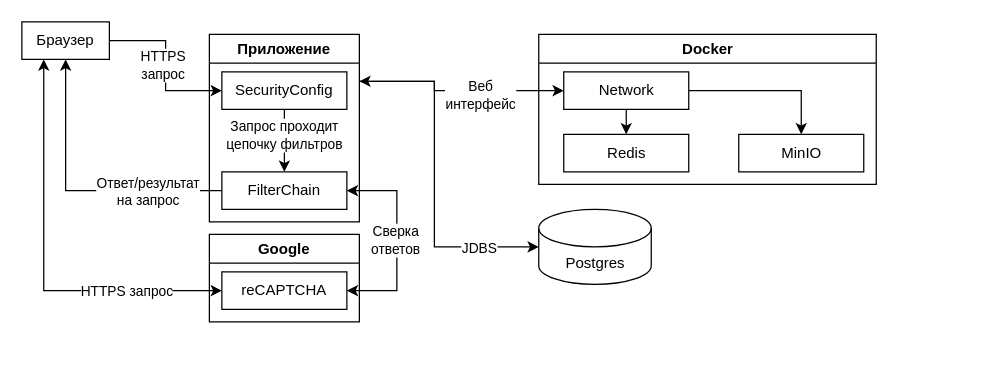
Before: page "Абстрактные компоненты" (1 of 12) of Схема компонентов.drawio in IlyaSannikow/e-catalog.ru, a draw.io diagram. Source tidied: cells renumbered, new cells numbered last; positions are measured from the earlier drawing's top-left corner, leaving out a move shared by most shapes. Both pictures are drawn from the tidied source at 125%, with x=0, y=0 at pixel (21, 21).
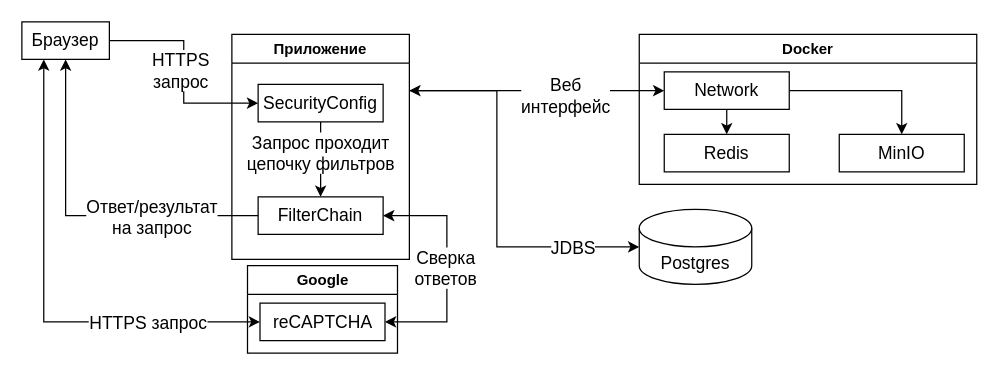
The same page after the edit.

Unchanged cells that the change refers to:
```xml
<mxCell id="2" style="edgeStyle=orthogonalEdgeStyle;rounded=0;jettySize=auto;html=1;exitX=1;exitY=0.5;exitDx=0;exitDy=0;entryX=0;entryY=0.5;entryDx=0;entryDy=0;" parent="1" edge="1" source="6" target="14">
  <mxGeometry relative="1" as="geometry" />
</mxCell>
<mxCell id="4" style="edgeStyle=orthogonalEdgeStyle;rounded=0;jettySize=auto;html=1;exitX=0.25;exitY=1;exitDx=0;exitDy=0;entryX=0;entryY=0.5;entryDx=0;entryDy=0;startArrow=classic;startFill=1;" parent="1" edge="1" source="6" target="28">
  <mxGeometry relative="1" as="geometry" />
</mxCell>
<mxCell id="12" style="edgeStyle=orthogonalEdgeStyle;rounded=0;jettySize=auto;html=1;exitX=0.5;exitY=1;exitDx=0;exitDy=0;entryX=0.5;entryY=0;entryDx=0;entryDy=0;" parent="11" edge="1" source="14" target="15">
  <mxGeometry relative="1" as="geometry" />
</mxCell>
<mxCell id="16" style="edgeStyle=orthogonalEdgeStyle;rounded=0;jettySize=auto;html=1;exitX=0;exitY=0.5;exitDx=0;exitDy=0;entryX=0.5;entryY=1;entryDx=0;entryDy=0;" parent="1" edge="1" source="15" target="6">
  <mxGeometry relative="1" as="geometry" />
</mxCell>
```

The edit, as a diff of the source:
```diff
@@
-    <mxCell id="3" value="HTTPS&lt;div&gt;запрос&lt;/div&gt;" style="edgeLabel;html=1;align=center;verticalAlign=middle;" parent="2" vertex="1">
+    <mxCell id="3" value="&lt;font style=&quot;font-size: 14px;&quot;&gt;HTTPS&lt;/font&gt;&lt;div&gt;&lt;font style=&quot;font-size: 14px;&quot;&gt;запрос&lt;/font&gt;&lt;/div&gt;" style="edgeLabel;html=1;align=center;verticalAlign=middle;" parent="2" vertex="1">
       <mxGeometry x="-0.04" y="-3" relative="1" as="geometry">
         <mxPoint y="2" as="offset" />
       </mxGeometry>
     </mxCell>
@@
-    <mxCell id="5" value="HTTPS запрос" style="edgeLabel;html=1;align=center;verticalAlign=middle;" parent="4" vertex="1">
+    <mxCell id="5" value="&lt;font style=&quot;font-size: 14px;&quot;&gt;HTTPS запрос&lt;/font&gt;" style="edgeLabel;html=1;align=center;verticalAlign=middle;" parent="4" vertex="1">
       <mxGeometry x="0.53" relative="1" as="geometry" />
     </mxCell>
-    <mxCell id="6" value="Браузер" style="rounded=0;whiteSpace=wrap;html=1;" parent="1" vertex="1">
+    <mxCell id="6" value="&lt;font style=&quot;font-size: 14px;&quot;&gt;Браузер&lt;/font&gt;" style="rounded=0;whiteSpace=wrap;html=1;" parent="1" vertex="1">
       <mxGeometry width="70" height="30" as="geometry" />
     </mxCell>
     <mxCell id="7" style="edgeStyle=orthogonalEdgeStyle;rounded=0;jettySize=auto;html=1;exitX=1;exitY=0.25;exitDx=0;exitDy=0;entryX=0;entryY=0.5;entryDx=0;entryDy=0;" parent="1" edge="1" source="11" target="21">
       <mxGeometry relative="1" as="geometry">
         <Array as="points">
-          <mxPoint x="330" y="48" />
-          <mxPoint x="330" y="55" />
+          <mxPoint x="350" y="55" />
+          <mxPoint x="350" y="55" />
         </Array>
       </mxGeometry>
     </mxCell>
-    <mxCell id="8" value="Веб&lt;div&gt;интерфейс&lt;/div&gt;" style="edgeLabel;html=1;align=center;verticalAlign=middle;" parent="7" vertex="1">
+    <mxCell id="8" value="&lt;font style=&quot;font-size: 14px;&quot;&gt;Веб&lt;/font&gt;&lt;div&gt;&lt;font style=&quot;font-size: 14px;&quot;&gt;интерфейс&lt;/font&gt;&lt;/div&gt;" style="edgeLabel;html=1;align=center;verticalAlign=middle;" parent="7" vertex="1">
       <mxGeometry x="0.22" y="-3" relative="1" as="geometry" />
     </mxCell>
     <mxCell id="9" style="edgeStyle=orthogonalEdgeStyle;rounded=0;jettySize=auto;html=1;exitX=1;exitY=0.5;exitDx=0;exitDy=0;entryX=1;entryY=0.5;entryDx=0;entryDy=0;startArrow=classic;startFill=1;" parent="1" edge="1" source="15" target="28">
       <mxGeometry relative="1" as="geometry">
         <Array as="points">
-          <mxPoint x="300" y="135" />
-          <mxPoint x="300" y="215" />
+          <mxPoint x="340" y="155" />
+          <mxPoint x="340" y="240" />
         </Array>
       </mxGeometry>
     </mxCell>
-    <mxCell id="10" value="Сверка&lt;div&gt;ответов&lt;/div&gt;" style="edgeLabel;html=1;align=center;verticalAlign=middle;" parent="9" vertex="1">
+    <mxCell id="10" value="&lt;font style=&quot;font-size: 14px;&quot;&gt;Сверка&lt;/font&gt;&lt;div&gt;&lt;font style=&quot;font-size: 14px;&quot;&gt;ответов&lt;/font&gt;&lt;/div&gt;" style="edgeLabel;html=1;align=center;verticalAlign=middle;" parent="9" vertex="1">
       <mxGeometry x="-0.01" y="-2" relative="1" as="geometry" />
     </mxCell>
     <mxCell id="11" value="Приложение" style="swimlane;whiteSpace=wrap;html=1;startSize=23;" parent="1" vertex="1">
-      <mxGeometry x="150" y="10" width="120" height="150" as="geometry" />
+      <mxGeometry x="168" y="10" width="142" height="180" as="geometry" />
     </mxCell>
@@
-    <mxCell id="13" value="Запрос проходит&lt;div&gt;цепочку фильтров&lt;/div&gt;" style="edgeLabel;html=1;align=center;verticalAlign=middle;" parent="12" vertex="1">
+    <mxCell id="13" value="&lt;font style=&quot;font-size: 14px;&quot;&gt;Запрос проходит&lt;/font&gt;&lt;div&gt;&lt;font style=&quot;font-size: 14px;&quot;&gt;цепочку фильтров&lt;/font&gt;&lt;/div&gt;" style="edgeLabel;html=1;align=center;verticalAlign=middle;" parent="12" vertex="1">
       <mxGeometry x="-0.19" y="-1" relative="1" as="geometry" />
     </mxCell>
-    <mxCell id="14" value="SecurityConfig" style="rounded=0;whiteSpace=wrap;html=1;" parent="11" vertex="1">
-      <mxGeometry x="10" y="30" width="100" height="30" as="geometry" />
+    <mxCell id="14" value="&lt;font style=&quot;font-size: 14px;&quot;&gt;SecurityConfig&lt;/font&gt;" style="rounded=0;whiteSpace=wrap;html=1;" parent="11" vertex="1">
+      <mxGeometry x="21" y="40" width="100" height="30" as="geometry" />
     </mxCell>
-    <mxCell id="15" value="FilterChain" style="rounded=0;whiteSpace=wrap;html=1;" parent="11" vertex="1">
-      <mxGeometry x="10" y="110" width="100" height="30" as="geometry" />
+    <mxCell id="15" value="&lt;font style=&quot;font-size: 14px;&quot;&gt;FilterChain&lt;/font&gt;" style="rounded=0;whiteSpace=wrap;html=1;" parent="11" vertex="1">
+      <mxGeometry x="21" y="130" width="100" height="30" as="geometry" />
     </mxCell>
@@
-    <mxCell id="17" value="Ответ/результат&lt;div&gt;на запрос&lt;/div&gt;" style="edgeLabel;html=1;align=center;verticalAlign=middle;" parent="16" vertex="1">
+    <mxCell id="17" value="&lt;font style=&quot;font-size: 14px;&quot;&gt;Ответ/результат&lt;/font&gt;&lt;div&gt;&lt;font style=&quot;font-size: 14px;&quot;&gt;на запрос&lt;/font&gt;&lt;/div&gt;" style="edgeLabel;html=1;align=center;verticalAlign=middle;" parent="16" vertex="1">
       <mxGeometry x="-0.35" relative="1" as="geometry">
-        <mxPoint x="15" as="offset" />
+        <mxPoint x="5" as="offset" />
       </mxGeometry>
     </mxCell>
     <mxCell id="18" value="Docker" style="swimlane;whiteSpace=wrap;html=1;startSize=23;" parent="1" vertex="1">
-      <mxGeometry x="413.5" y="10" width="270" height="120" as="geometry" />
+      <mxGeometry x="493.9" y="10" width="270" height="120" as="geometry" />
     </mxCell>
@@
-    <mxCell id="21" value="Network" style="rounded=0;whiteSpace=wrap;html=1;" parent="18" vertex="1">
+    <mxCell id="21" value="&lt;font style=&quot;font-size: 14px;&quot;&gt;Network&lt;/font&gt;" style="rounded=0;whiteSpace=wrap;html=1;" parent="18" vertex="1">
       <mxGeometry x="20" y="30" width="100" height="30" as="geometry" />
     </mxCell>
-    <mxCell id="22" value="MinIO" style="rounded=0;whiteSpace=wrap;html=1;" parent="18" vertex="1">
+    <mxCell id="22" value="&lt;font style=&quot;font-size: 14px;&quot;&gt;MinIO&lt;/font&gt;" style="rounded=0;whiteSpace=wrap;html=1;" parent="18" vertex="1">
       <mxGeometry x="160" y="80" width="100" height="30" as="geometry" />
     </mxCell>
-    <mxCell id="23" value="Redis" style="rounded=0;whiteSpace=wrap;html=1;" parent="18" vertex="1">
+    <mxCell id="23" value="&lt;font style=&quot;font-size: 14px;&quot;&gt;Redis&lt;/font&gt;" style="rounded=0;whiteSpace=wrap;html=1;" parent="18" vertex="1">
       <mxGeometry x="20" y="80" width="100" height="30" as="geometry" />
     </mxCell>
-    <mxCell id="24" value="Postgres" style="shape=cylinder3;whiteSpace=wrap;html=1;boundedLbl=1;backgroundOutline=1;size=15;" parent="1" vertex="1">
-      <mxGeometry x="413.5" y="150" width="90" height="60" as="geometry" />
+    <mxCell id="24" value="&lt;font style=&quot;font-size: 14px;&quot;&gt;Postgres&lt;/font&gt;" style="shape=cylinder3;whiteSpace=wrap;html=1;boundedLbl=1;backgroundOutline=1;size=15;" parent="1" vertex="1">
+      <mxGeometry x="493.9" y="150" width="90" height="60" as="geometry" />
     </mxCell>
     <mxCell id="25" style="edgeStyle=orthogonalEdgeStyle;rounded=0;jettySize=auto;html=1;exitX=1;exitY=0.25;exitDx=0;exitDy=0;entryX=0;entryY=0.5;entryDx=0;entryDy=0;entryPerimeter=0;startArrow=classic;startFill=1;" parent="1" edge="1" source="11" target="24">
       <mxGeometry relative="1" as="geometry">
         <Array as="points">
-          <mxPoint x="330" y="48" />
-          <mxPoint x="330" y="180" />
+          <mxPoint x="380" y="55" />
+          <mxPoint x="380" y="180" />
         </Array>
       </mxGeometry>
     </mxCell>
-    <mxCell id="26" value="JDBS" style="edgeLabel;html=1;align=center;verticalAlign=middle;" parent="25" vertex="1">
+    <mxCell id="26" value="&lt;font style=&quot;font-size: 14px;&quot;&gt;JDBS&lt;/font&gt;" style="edgeLabel;html=1;align=center;verticalAlign=middle;" parent="25" vertex="1">
       <mxGeometry x="0.65" relative="1" as="geometry" />
     </mxCell>
     <mxCell id="27" value="Google" style="swimlane;whiteSpace=wrap;html=1;" parent="1" vertex="1">
-      <mxGeometry x="150" y="170" width="120" height="70" as="geometry" />
+      <mxGeometry x="180.5" y="195" width="120" height="70" as="geometry" />
     </mxCell>
-    <mxCell id="28" value="reCAPTCHA" style="rounded=0;whiteSpace=wrap;html=1;" parent="27" vertex="1">
+    <mxCell id="28" value="&lt;font style=&quot;font-size: 14px;&quot;&gt;reCAPTCHA&lt;/font&gt;" style="rounded=0;whiteSpace=wrap;html=1;" parent="27" vertex="1">
       <mxGeometry x="10" y="30" width="100" height="30" as="geometry" />
     </mxCell>
```
